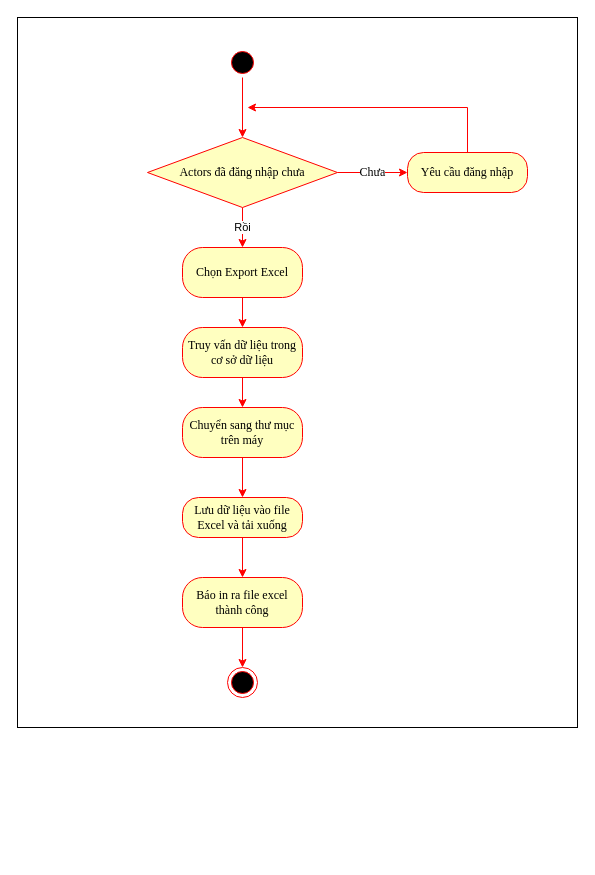
EdgarIgnite16/OOAD-Project keeps this draw.io diagram as Activity Diagrams/Thái Hùng/AD_XuấtDữLiêuRaExcell.drawio. Above is the earlier version. Source tidied: cells renumbered, new cells numbered last; positions are measured from the earlier drawing's top-left corner, leaving out a move shared by most shapes. Both pictures are drawn from the tidied source at 100%, with x=0, y=0 at pixel (17, 17).
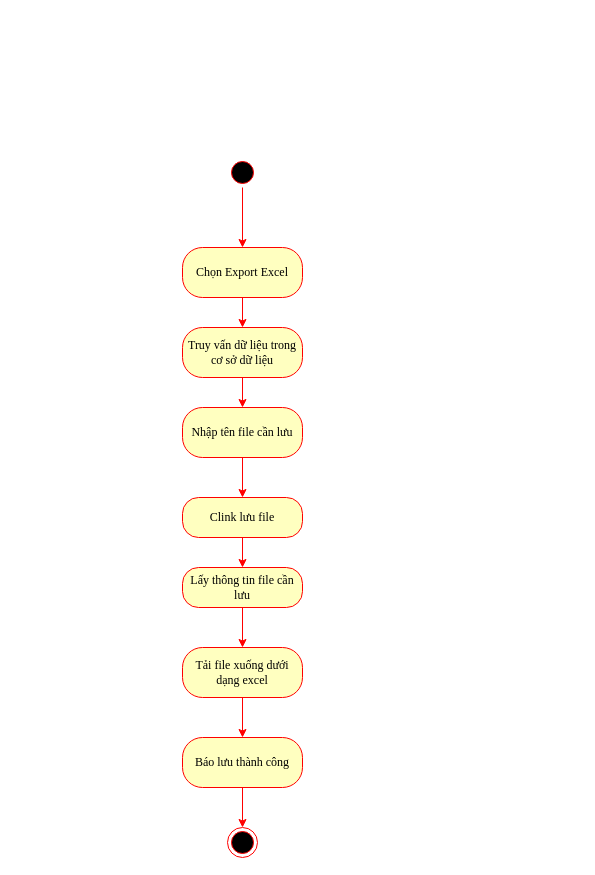
After the change.

Unchanged cells that the change refers to:
```xml
<mxCell id="13" value="Chọn Export Excel" style="rounded=1;whiteSpace=wrap;html=1;arcSize=40;fontColor=#000000;fillColor=#ffffc0;strokeColor=#ff0000;fontFamily=Times New Roman;fontSize=12;" parent="1" vertex="1">
  <mxGeometry x="165" y="230" width="120" height="50" as="geometry" />
</mxCell>
```

What changed in the source:
```diff
@@
-    <mxCell id="2" style="rounded=0;whiteSpace=wrap;html=1;" parent="1" vertex="1">
-      <mxGeometry width="560" height="710" as="geometry" />
-    </mxCell>
+    <mxCell id="21" style="edgeStyle=orthogonalEdgeStyle;rounded=0;jettySize=auto;html=1;strokeColor=#FF0000;" parent="1" edge="1" source="3" target="13">
+      <mxGeometry relative="1" as="geometry" />
+    </mxCell>
     <mxCell id="3" style="ellipse;html=1;shape=startState;fillColor=#000000;strokeColor=#ff0000;fontFamily=Times New Roman;fontSize=12;" parent="1" vertex="1">
-      <mxGeometry x="210" y="30" width="30" height="30" as="geometry" />
+      <mxGeometry x="210" y="140" width="30" height="30" as="geometry" />
     </mxCell>
-    <mxCell id="4" value="Rồi" style="edgeStyle=orthogonalEdgeStyle;rounded=0;jettySize=auto;html=1;strokeColor=#FF0000;" parent="1" edge="1" source="5" target="13">
-      <mxGeometry relative="1" as="geometry" />
-    </mxCell>
-    <mxCell id="5" value="Actors đã đăng nhập chưa" style="rhombus;whiteSpace=wrap;html=1;fillColor=#ffffc0;strokeColor=#ff0000;fontFamily=Times New Roman;fontSize=12;" parent="1" vertex="1">
-      <mxGeometry x="130" y="120" width="190" height="70" as="geometry" />
-    </mxCell>
-    <mxCell id="6" style="endArrow=classic;html=1;rounded=0;fontFamily=Times New Roman;fontSize=12;strokeColor=#FF0000;" parent="1" edge="1" source="3" target="5">
-      <mxGeometry relative="1" as="geometry" />
-    </mxCell>
-    <mxCell id="7" value="Yêu cầu đăng nhập" style="rounded=1;whiteSpace=wrap;html=1;arcSize=40;fontColor=#000000;fillColor=#ffffc0;strokeColor=#ff0000;fontFamily=Times New Roman;fontSize=12;" parent="1" vertex="1">
-      <mxGeometry x="390" y="135" width="120" height="40" as="geometry" />
-    </mxCell>
-    <mxCell id="8" value="Chưa" style="endArrow=classic;html=1;rounded=0;fontFamily=Times New Roman;fontSize=12;strokeColor=#FF0000;" parent="1" edge="1" source="5" target="7">
-      <mxGeometry relative="1" as="geometry" />
-    </mxCell>
-    <mxCell id="9" style="endArrow=classic;html=1;rounded=0;fontFamily=Times New Roman;fontSize=12;strokeColor=#FF0000;" parent="1" edge="1" source="7">
-      <mxGeometry relative="1" as="geometry">
-        <mxPoint x="230" y="90" as="targetPoint" />
-        <Array as="points">
-          <mxPoint x="450" y="90" />
-        </Array>
-      </mxGeometry>
-    </mxCell>
@@
-    <mxCell id="15" value="Chuyển sang thư mục trên máy" style="rounded=1;whiteSpace=wrap;html=1;arcSize=40;fontColor=#000000;fillColor=#ffffc0;strokeColor=#ff0000;fontFamily=Times New Roman;fontSize=12;" parent="1" vertex="1">
+    <mxCell id="15" value="Nhập tên file cần lưu" style="rounded=1;whiteSpace=wrap;html=1;arcSize=40;fontColor=#000000;fillColor=#ffffc0;strokeColor=#ff0000;fontFamily=Times New Roman;fontSize=12;" parent="1" vertex="1">
       <mxGeometry x="165" y="390" width="120" height="50" as="geometry" />
     </mxCell>
-    <mxCell id="16" style="edgeStyle=orthogonalEdgeStyle;rounded=0;jettySize=auto;html=1;fontFamily=Times New Roman;fontSize=12;strokeColor=#FF0000;exitX=0.5;exitY=1;exitDx=0;exitDy=0;" parent="1" edge="1" source="20" target="19">
-      <mxGeometry relative="1" as="geometry" />
-    </mxCell>
-    <mxCell id="17" style="edgeStyle=orthogonalEdgeStyle;rounded=0;jettySize=auto;html=1;strokeColor=#FF0000;" parent="1" edge="1" source="18" target="20">
-      <mxGeometry relative="1" as="geometry" />
-    </mxCell>
+    <mxCell id="22" style="edgeStyle=orthogonalEdgeStyle;rounded=0;jettySize=auto;html=1;strokeColor=#FF0000;" parent="1" edge="1" source="18" target="25">
+      <mxGeometry relative="1" as="geometry" />
+    </mxCell>
-    <mxCell id="18" value="Lưu dữ liệu vào file Excel và tải xuống" style="rounded=1;whiteSpace=wrap;html=1;arcSize=40;fontColor=#000000;fillColor=#ffffc0;strokeColor=#ff0000;fontFamily=Times New Roman;fontSize=12;" parent="1" vertex="1">
+    <mxCell id="18" value="Clink lưu file" style="rounded=1;whiteSpace=wrap;html=1;arcSize=40;fontColor=#000000;fillColor=#ffffc0;strokeColor=#ff0000;fontFamily=Times New Roman;fontSize=12;" parent="1" vertex="1">
       <mxGeometry x="165" y="480" width="120" height="40" as="geometry" />
     </mxCell>
     <mxCell id="19" style="ellipse;html=1;shape=endState;fillColor=#000000;strokeColor=#ff0000;fontFamily=Times New Roman;fontSize=12;" parent="1" vertex="1">
-      <mxGeometry x="210" y="650" width="30" height="30" as="geometry" />
+      <mxGeometry x="210" y="810" width="30" height="30" as="geometry" />
     </mxCell>
+    <mxCell id="23" style="edgeStyle=orthogonalEdgeStyle;rounded=0;jettySize=auto;html=1;strokeColor=#FF0000;" parent="1" edge="1" source="20" target="27">
+      <mxGeometry relative="1" as="geometry" />
+    </mxCell>
-    <mxCell id="20" value="Báo in ra file excel thành công" style="rounded=1;whiteSpace=wrap;html=1;arcSize=40;fontColor=#000000;fillColor=#ffffc0;strokeColor=#ff0000;fontFamily=Times New Roman;fontSize=12;" parent="1" vertex="1">
-      <mxGeometry x="165" y="560" width="120" height="50" as="geometry" />
+    <mxCell id="20" value="Tải file xuống dưới dạng excel" style="rounded=1;whiteSpace=wrap;html=1;arcSize=40;fontColor=#000000;fillColor=#ffffc0;strokeColor=#ff0000;fontFamily=Times New Roman;fontSize=12;" parent="1" vertex="1">
+      <mxGeometry x="165" y="630" width="120" height="50" as="geometry" />
     </mxCell>
+    <mxCell id="24" style="edgeStyle=orthogonalEdgeStyle;rounded=0;jettySize=auto;html=1;strokeColor=#FF0000;" parent="1" edge="1" source="25" target="20">
+      <mxGeometry relative="1" as="geometry" />
+    </mxCell>
+    <mxCell id="25" value="Lấy thông tin file cần lưu" style="rounded=1;whiteSpace=wrap;html=1;arcSize=40;fontColor=#000000;fillColor=#ffffc0;strokeColor=#ff0000;fontFamily=Times New Roman;fontSize=12;" parent="1" vertex="1">
+      <mxGeometry x="165" y="550" width="120" height="40" as="geometry" />
+    </mxCell>
+    <mxCell id="26" style="edgeStyle=orthogonalEdgeStyle;rounded=0;jettySize=auto;html=1;entryX=0.5;entryY=0;entryDx=0;entryDy=0;strokeColor=#FF0000;" parent="1" edge="1" source="27" target="19">
+      <mxGeometry relative="1" as="geometry" />
+    </mxCell>
+    <mxCell id="27" value="Báo lưu thành công" style="rounded=1;whiteSpace=wrap;html=1;arcSize=40;fontColor=#000000;fillColor=#ffffc0;strokeColor=#ff0000;fontFamily=Times New Roman;fontSize=12;" parent="1" vertex="1">
+      <mxGeometry x="165" y="720" width="120" height="50" as="geometry" />
+    </mxCell>
```
